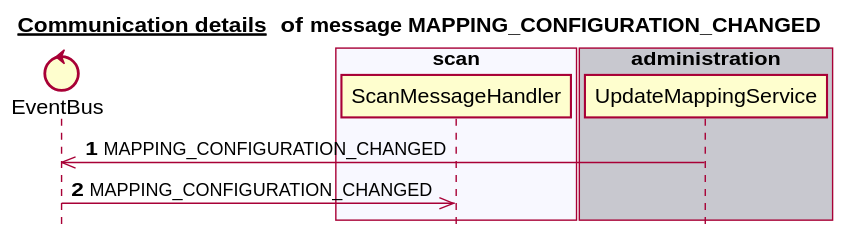
This is docs/latest/images/gen_domain_messaging_mapping_configuration_changed.svg from mercedes-benz/sechub, a PlantUML export, as it was before one commit.
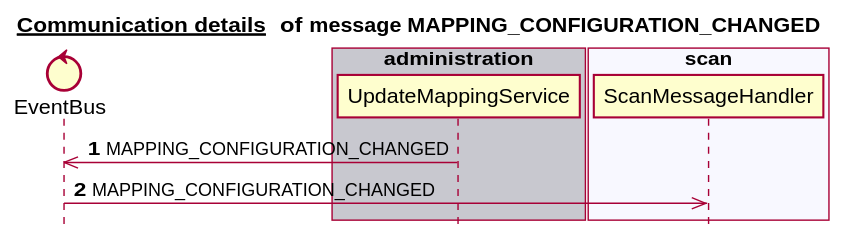
The same diagram one commit later.

The edit, as a diff of the source:
```diff
@@ -6,15 +6,15 @@
 
 
 control EventBus
+box "administration" #C8C8CF
+   participant UpdateMappingService
+end box
+box "schedule" #F8F8FF
+end box
 box "authorization" #C8C8CF
 end box
 box "scan" #F8F8FF
    participant ScanMessageHandler
-end box
-box "administration" #C8C8CF
-   participant UpdateMappingService
-end box
-box "schedule" #F8F8FF
 end box
 box "notification" #C8C8CF
 end box
```
